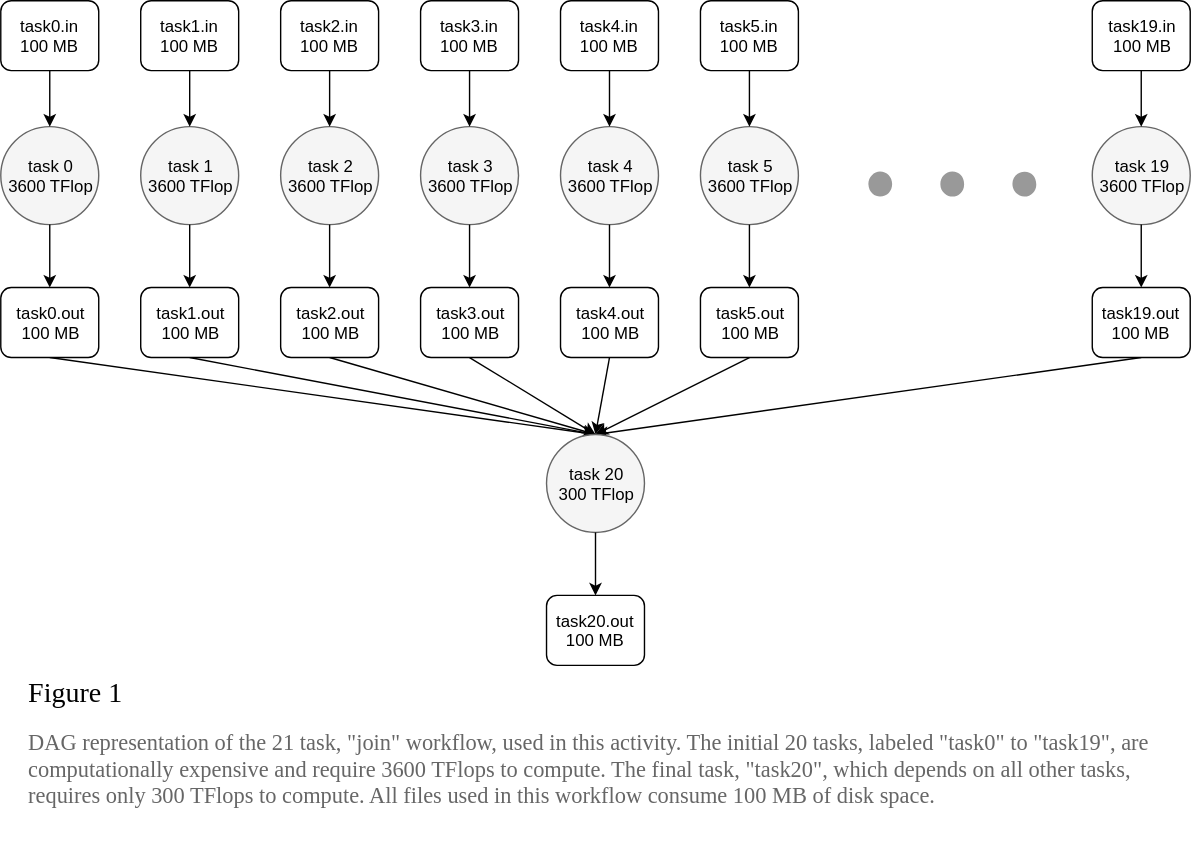
This is docs/public/img/activity_2/workflow.svg from wrench-project/wrench-pedagogic-modules, a draw.io export, as it was before one commit. Source tidied: cells renumbered, new cells last; positions are measured from the earlier drawing's top-left corner, leaving out a move shared by most shapes.
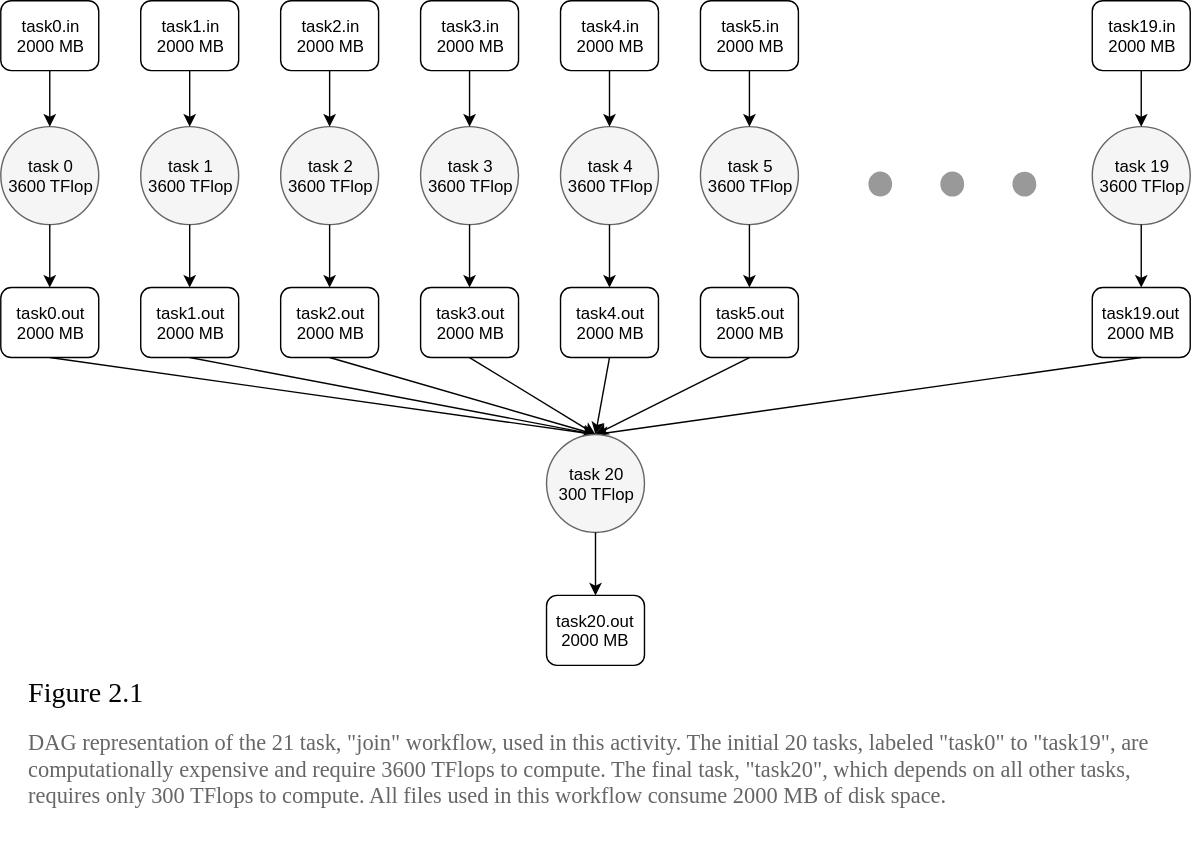
Later version of the same file.

Commit message:
activity2 typo/figure fixes

Diff of the diagram source:
```diff
@@ -26,7 +26,7 @@
     <mxCell id="9" style="endArrow=classic;html=1;exitX=0.5;exitY=1;entryX=0.5;entryY=0;" parent="1" edge="1" source="45" target="47">
       <mxGeometry relative="1" as="geometry" />
     </mxCell>
-    <mxCell id="10" value="&lt;h1 style=&quot;font-size: 20px&quot;&gt;&lt;font face=&quot;Garamond&quot; style=&quot;font-size: 20px ; font-weight: normal&quot;&gt;Figure 2.1&lt;/font&gt;&lt;/h1&gt;&lt;p&gt;&lt;font face=&quot;Garamond&quot;&gt;&lt;span style=&quot;font-size: 16px&quot;&gt;&lt;font color=&quot;#666666&quot;&gt;DAG representation of the 21 task, &quot;join&quot; workflow, used in this activity. The initial 20 tasks, labeled &quot;task0&quot; to &quot;task19&quot;, are computationally expensive and require 3600 TFlops to compute. The final task, &quot;task20&quot;, which depends on all other tasks, requires only 300 TFlops to compute. All files used in this workflow consume 100 MB of disk space.&amp;nbsp;&lt;/font&gt; &amp;nbsp;&lt;/span&gt;&lt;/font&gt;&lt;/p&gt;" style="text;html=1;strokeColor=none;fillColor=none;spacing=5;spacingTop=-20;whiteSpace=wrap;overflow=hidden;rounded=0;" parent="1" vertex="1">
+    <mxCell id="10" value="&lt;h1 style=&quot;font-size: 20px&quot;&gt;&lt;font face=&quot;Garamond&quot; style=&quot;font-size: 20px ; font-weight: normal&quot;&gt;Figure 2.1&lt;/font&gt;&lt;/h1&gt;&lt;p&gt;&lt;font face=&quot;Garamond&quot;&gt;&lt;span style=&quot;font-size: 16px&quot;&gt;&lt;font color=&quot;#666666&quot;&gt;DAG representation of the 21 task, &quot;join&quot; workflow, used in this activity. The initial 20 tasks, labeled &quot;task0&quot; to &quot;task19&quot;, are computationally expensive and require 3600 TFlops to compute. The final task, &quot;task20&quot;, which depends on all other tasks, requires only 300 TFlops to compute. All files used in this workflow consume 2000 MB of disk space.&amp;nbsp;&lt;/font&gt; &amp;nbsp;&lt;/span&gt;&lt;/font&gt;&lt;/p&gt;" style="text;html=1;strokeColor=none;fillColor=none;spacing=5;spacingTop=-20;whiteSpace=wrap;overflow=hidden;rounded=0;" parent="1" vertex="1">
       <mxGeometry x="15" y="480" width="840" height="120" as="geometry" />
     </mxCell>
     <mxCell id="11" value="&lt;font style=&quot;font-size: 12px&quot;&gt;task 0&lt;br&gt;3600 TFlop&lt;br&gt;&lt;/font&gt;" style="ellipse;whiteSpace=wrap;html=1;strokeColor=#666666;strokeWidth=1;fillColor=#F5F5F5;" parent="1" vertex="1">
@@ -35,10 +35,10 @@
     <mxCell id="12" style="edgeStyle=orthogonalEdgeStyle;rounded=0;html=1;jettySize=auto;" parent="1" edge="1" source="13" target="11">
       <mxGeometry relative="1" as="geometry" />
     </mxCell>
-    <mxCell id="13" value="task0.in&lt;br&gt;100 MB&lt;br&gt;" style="rounded=1;whiteSpace=wrap;html=1;strokeColor=#000000;strokeWidth=1;fillColor=#ffffff;" parent="1" vertex="1">
+    <mxCell id="13" value="task0.in&lt;br&gt;2000 MB&lt;br&gt;" style="rounded=1;whiteSpace=wrap;html=1;strokeColor=#000000;strokeWidth=1;fillColor=#ffffff;" parent="1" vertex="1">
       <mxGeometry width="70" height="50" as="geometry" />
     </mxCell>
-    <mxCell id="14" value="task0.out&lt;br&gt;100 MB&lt;br&gt;" style="rounded=1;whiteSpace=wrap;html=1;strokeColor=#000000;strokeWidth=1;fillColor=#ffffff;" parent="1" vertex="1">
+    <mxCell id="14" value="task0.out&lt;br&gt;2000 MB&lt;br&gt;" style="rounded=1;whiteSpace=wrap;html=1;strokeColor=#000000;strokeWidth=1;fillColor=#ffffff;" parent="1" vertex="1">
       <mxGeometry y="205" width="70" height="50" as="geometry" />
     </mxCell>
     <mxCell id="15" style="edgeStyle=orthogonalEdgeStyle;rounded=0;html=1;jettySize=auto;" parent="1" edge="1" source="11" target="14">
@@ -50,10 +50,10 @@
     <mxCell id="17" style="edgeStyle=orthogonalEdgeStyle;rounded=0;html=1;jettySize=auto;" parent="1" edge="1" source="18" target="16">
       <mxGeometry relative="1" as="geometry" />
     </mxCell>
-    <mxCell id="18" value="task1.in&lt;br&gt;100 MB&lt;br&gt;" style="rounded=1;whiteSpace=wrap;html=1;strokeColor=#000000;strokeWidth=1;fillColor=#ffffff;" parent="1" vertex="1">
+    <mxCell id="18" value="task1.in&lt;br&gt;2000 MB&lt;br&gt;" style="rounded=1;whiteSpace=wrap;html=1;strokeColor=#000000;strokeWidth=1;fillColor=#ffffff;" parent="1" vertex="1">
       <mxGeometry x="100" width="70" height="50" as="geometry" />
     </mxCell>
-    <mxCell id="19" value="task1.out&lt;br&gt;100 MB&lt;br&gt;" style="rounded=1;whiteSpace=wrap;html=1;strokeColor=#000000;strokeWidth=1;fillColor=#ffffff;" parent="1" vertex="1">
+    <mxCell id="19" value="task1.out&lt;br&gt;2000 MB&lt;br&gt;" style="rounded=1;whiteSpace=wrap;html=1;strokeColor=#000000;strokeWidth=1;fillColor=#ffffff;" parent="1" vertex="1">
       <mxGeometry x="100" y="205" width="70" height="50" as="geometry" />
     </mxCell>
     <mxCell id="20" style="edgeStyle=orthogonalEdgeStyle;rounded=0;html=1;jettySize=auto;" parent="1" edge="1" source="16" target="19">
@@ -65,10 +65,10 @@
     <mxCell id="22" style="edgeStyle=orthogonalEdgeStyle;rounded=0;html=1;jettySize=auto;" parent="1" edge="1" source="23" target="21">
       <mxGeometry relative="1" as="geometry" />
     </mxCell>
-    <mxCell id="23" value="task2.in&lt;br&gt;100 MB&lt;br&gt;" style="rounded=1;whiteSpace=wrap;html=1;strokeColor=#000000;strokeWidth=1;fillColor=#ffffff;" parent="1" vertex="1">
+    <mxCell id="23" value="task2.in&lt;br&gt;2000 MB&lt;br&gt;" style="rounded=1;whiteSpace=wrap;html=1;strokeColor=#000000;strokeWidth=1;fillColor=#ffffff;" parent="1" vertex="1">
       <mxGeometry x="200" width="70" height="50" as="geometry" />
     </mxCell>
-    <mxCell id="24" value="task2.out&lt;br&gt;100 MB&lt;br&gt;" style="rounded=1;whiteSpace=wrap;html=1;strokeColor=#000000;strokeWidth=1;fillColor=#ffffff;" parent="1" vertex="1">
+    <mxCell id="24" value="task2.out&lt;br&gt;2000 MB&lt;br&gt;" style="rounded=1;whiteSpace=wrap;html=1;strokeColor=#000000;strokeWidth=1;fillColor=#ffffff;" parent="1" vertex="1">
       <mxGeometry x="200" y="205" width="70" height="50" as="geometry" />
     </mxCell>
     <mxCell id="25" style="edgeStyle=orthogonalEdgeStyle;rounded=0;html=1;jettySize=auto;" parent="1" edge="1" source="21" target="24">
@@ -80,10 +80,10 @@
     <mxCell id="27" style="edgeStyle=orthogonalEdgeStyle;rounded=0;html=1;jettySize=auto;" parent="1" edge="1" source="28" target="26">
       <mxGeometry relative="1" as="geometry" />
     </mxCell>
-    <mxCell id="28" value="task3.in&lt;br&gt;100 MB&lt;br&gt;" style="rounded=1;whiteSpace=wrap;html=1;strokeColor=#000000;strokeWidth=1;fillColor=#ffffff;" parent="1" vertex="1">
+    <mxCell id="28" value="task3.in&lt;br&gt;2000 MB&lt;br&gt;" style="rounded=1;whiteSpace=wrap;html=1;strokeColor=#000000;strokeWidth=1;fillColor=#ffffff;" parent="1" vertex="1">
       <mxGeometry x="300" width="70" height="50" as="geometry" />
     </mxCell>
-    <mxCell id="29" value="task3.out&lt;br&gt;100 MB&lt;br&gt;" style="rounded=1;whiteSpace=wrap;html=1;strokeColor=#000000;strokeWidth=1;fillColor=#ffffff;" parent="1" vertex="1">
+    <mxCell id="29" value="task3.out&lt;br&gt;2000 MB&lt;br&gt;" style="rounded=1;whiteSpace=wrap;html=1;strokeColor=#000000;strokeWidth=1;fillColor=#ffffff;" parent="1" vertex="1">
       <mxGeometry x="300" y="205" width="70" height="50" as="geometry" />
     </mxCell>
     <mxCell id="30" style="edgeStyle=orthogonalEdgeStyle;rounded=0;html=1;jettySize=auto;" parent="1" edge="1" source="26" target="29">
@@ -95,10 +95,10 @@
     <mxCell id="32" style="edgeStyle=orthogonalEdgeStyle;rounded=0;html=1;jettySize=auto;" parent="1" edge="1" source="33" target="31">
       <mxGeometry relative="1" as="geometry" />
     </mxCell>
-    <mxCell id="33" value="task4.in&lt;br&gt;100 MB&lt;br&gt;" style="rounded=1;whiteSpace=wrap;html=1;strokeColor=#000000;strokeWidth=1;fillColor=#ffffff;" parent="1" vertex="1">
+    <mxCell id="33" value="task4.in&lt;br&gt;2000 MB&lt;br&gt;" style="rounded=1;whiteSpace=wrap;html=1;strokeColor=#000000;strokeWidth=1;fillColor=#ffffff;" parent="1" vertex="1">
       <mxGeometry x="400" width="70" height="50" as="geometry" />
     </mxCell>
-    <mxCell id="34" value="task4.out&lt;br&gt;100 MB&lt;br&gt;" style="rounded=1;whiteSpace=wrap;html=1;strokeColor=#000000;strokeWidth=1;fillColor=#ffffff;" parent="1" vertex="1">
+    <mxCell id="34" value="task4.out&lt;br&gt;2000 MB&lt;br&gt;" style="rounded=1;whiteSpace=wrap;html=1;strokeColor=#000000;strokeWidth=1;fillColor=#ffffff;" parent="1" vertex="1">
       <mxGeometry x="400" y="205" width="70" height="50" as="geometry" />
     </mxCell>
     <mxCell id="35" style="edgeStyle=orthogonalEdgeStyle;rounded=0;html=1;jettySize=auto;" parent="1" edge="1" source="31" target="34">
@@ -110,10 +110,10 @@
     <mxCell id="37" style="edgeStyle=orthogonalEdgeStyle;rounded=0;html=1;jettySize=auto;" parent="1" edge="1" source="38" target="36">
       <mxGeometry relative="1" as="geometry" />
     </mxCell>
-    <mxCell id="38" value="task5.in&lt;br&gt;100 MB&lt;br&gt;" style="rounded=1;whiteSpace=wrap;html=1;strokeColor=#000000;strokeWidth=1;fillColor=#ffffff;" parent="1" vertex="1">
+    <mxCell id="38" value="task5.in&lt;br&gt;2000 MB&lt;br&gt;" style="rounded=1;whiteSpace=wrap;html=1;strokeColor=#000000;strokeWidth=1;fillColor=#ffffff;" parent="1" vertex="1">
       <mxGeometry x="500" width="70" height="50" as="geometry" />
     </mxCell>
-    <mxCell id="39" value="task5.out&lt;br&gt;100 MB&lt;br&gt;" style="rounded=1;whiteSpace=wrap;html=1;strokeColor=#000000;strokeWidth=1;fillColor=#ffffff;" parent="1" vertex="1">
+    <mxCell id="39" value="task5.out&lt;br&gt;2000 MB&lt;br&gt;" style="rounded=1;whiteSpace=wrap;html=1;strokeColor=#000000;strokeWidth=1;fillColor=#ffffff;" parent="1" vertex="1">
       <mxGeometry x="500" y="205" width="70" height="50" as="geometry" />
     </mxCell>
     <mxCell id="40" style="edgeStyle=orthogonalEdgeStyle;rounded=0;html=1;jettySize=auto;" parent="1" edge="1" source="36" target="39">
@@ -128,10 +128,10 @@
     <mxCell id="43" style="edgeStyle=orthogonalEdgeStyle;rounded=0;html=1;jettySize=auto;" parent="1" edge="1" source="44" target="42">
       <mxGeometry relative="1" as="geometry" />
     </mxCell>
-    <mxCell id="44" value="task19.in&lt;br&gt;100 MB&lt;br&gt;" style="rounded=1;whiteSpace=wrap;html=1;strokeColor=#000000;strokeWidth=1;fillColor=#ffffff;" parent="1" vertex="1">
+    <mxCell id="44" value="task19.in&lt;br&gt;2000 MB&lt;br&gt;" style="rounded=1;whiteSpace=wrap;html=1;strokeColor=#000000;strokeWidth=1;fillColor=#ffffff;" parent="1" vertex="1">
       <mxGeometry x="780" width="70" height="50" as="geometry" />
     </mxCell>
-    <mxCell id="45" value="task19.out&lt;br&gt;100 MB&lt;br&gt;" style="rounded=1;whiteSpace=wrap;html=1;strokeColor=#000000;strokeWidth=1;fillColor=#ffffff;" parent="1" vertex="1">
+    <mxCell id="45" value="task19.out&lt;br&gt;2000 MB&lt;br&gt;" style="rounded=1;whiteSpace=wrap;html=1;strokeColor=#000000;strokeWidth=1;fillColor=#ffffff;" parent="1" vertex="1">
       <mxGeometry x="780" y="205" width="70" height="50" as="geometry" />
     </mxCell>
     <mxCell id="46" style="edgeStyle=orthogonalEdgeStyle;rounded=0;html=1;jettySize=auto;" parent="1" edge="1" source="42" target="45">
@@ -140,7 +140,7 @@
     <mxCell id="47" value="&lt;font style=&quot;font-size: 12px&quot;&gt;task 20&lt;br&gt;300 TFlop&lt;br&gt;&lt;/font&gt;" style="ellipse;whiteSpace=wrap;html=1;strokeColor=#666666;strokeWidth=1;fillColor=#F5F5F5;" parent="1" vertex="1">
       <mxGeometry x="390" y="310" width="70" height="70" as="geometry" />
     </mxCell>
-    <mxCell id="48" value="task20.out&lt;br&gt;100 MB&lt;br&gt;" style="rounded=1;whiteSpace=wrap;html=1;strokeColor=#000000;strokeWidth=1;fillColor=#ffffff;" parent="1" vertex="1">
+    <mxCell id="48" value="task20.out&lt;br&gt;2000 MB&lt;br&gt;" style="rounded=1;whiteSpace=wrap;html=1;strokeColor=#000000;strokeWidth=1;fillColor=#ffffff;" parent="1" vertex="1">
       <mxGeometry x="390" y="425" width="70" height="50" as="geometry" />
     </mxCell>
     <mxCell id="49" style="edgeStyle=orthogonalEdgeStyle;rounded=0;html=1;jettySize=auto;" parent="1" edge="1" source="47" target="48">
```
